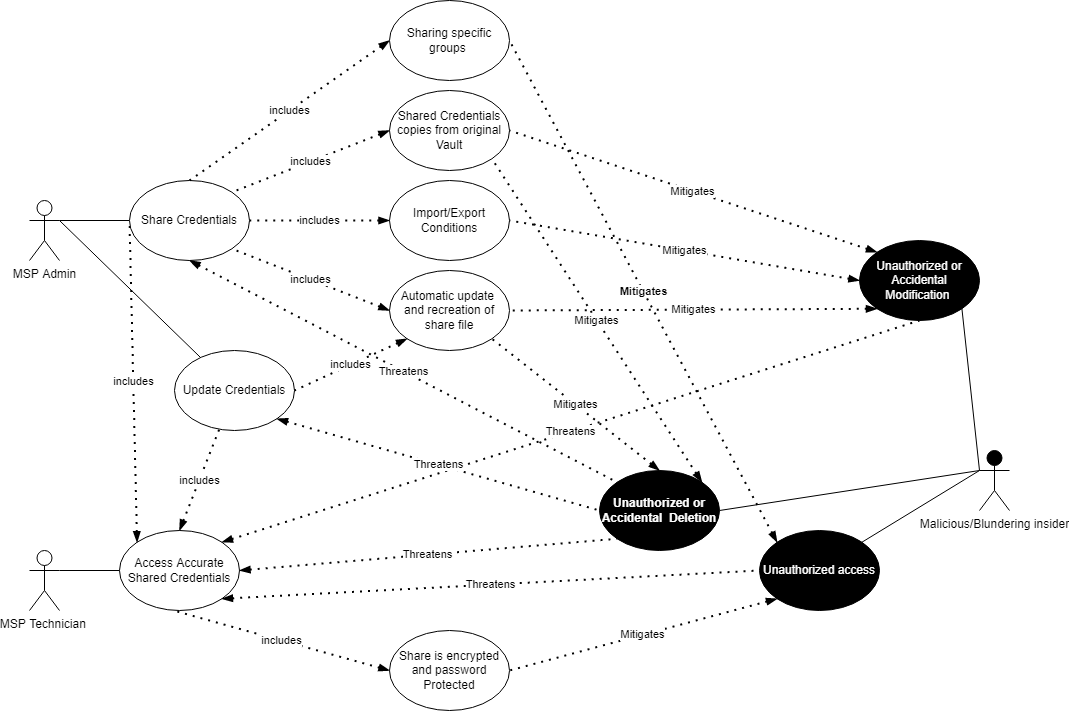
Before: UseCase/SharingCredentials/SharingCredentials-UseCase.png, a diagram exported from draw.io (JCKelley-CYBR/CYBR-8420-SoftwareAssurance). Source tidied: cells renumbered, new cells last; positions are measured from the earlier drawing's top-left corner, leaving out a move shared by most shapes.
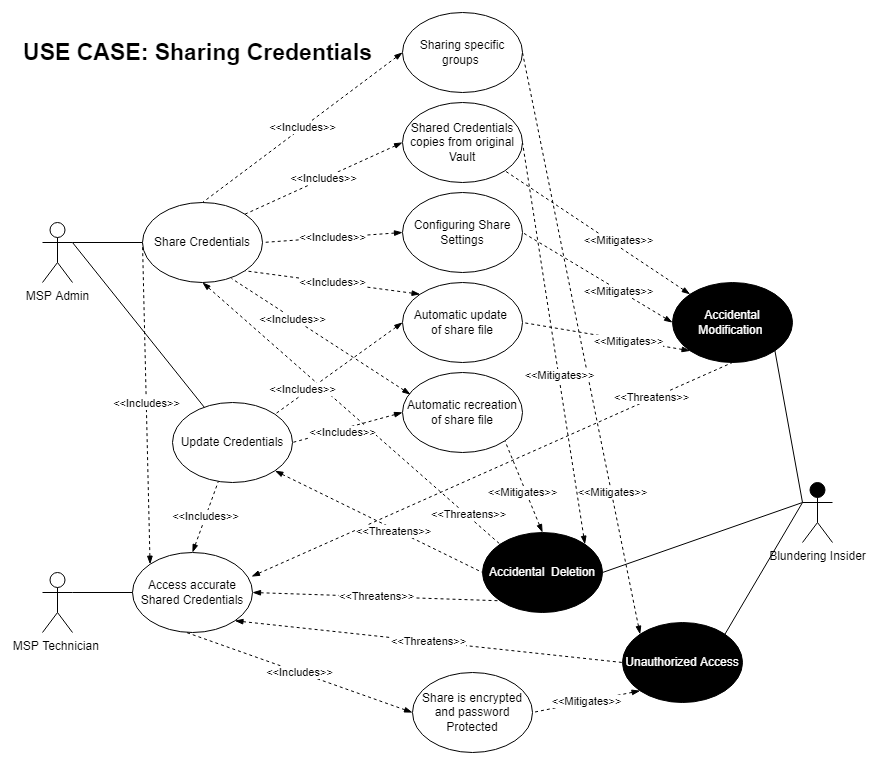
The same diagram one commit later.

Commit message:
new file:   MeetingNotes/Meeting_9_25.md 	modified:   UseCase/SharingCredentials/SharingCredentials-UseCase.png     message:    new use/misuse case diagram

Change to the diagram source:
```diff
@@ -8,19 +8,19 @@
     <mxCell id="3" value="MSP Admin" style="shape=umlActor;verticalLabelPosition=bottom;verticalAlign=top;html=1;outlineConnect=0;" parent="1" vertex="1">
       <mxGeometry y="200" width="30" height="60" as="geometry" />
     </mxCell>
-    <mxCell id="4" value="Access Accurate Shared Credentials" style="ellipse;whiteSpace=wrap;html=1;" parent="1" vertex="1">
+    <mxCell id="4" value="Access accurate Shared Credentials" style="ellipse;whiteSpace=wrap;html=1;" parent="1" vertex="1">
       <mxGeometry x="90" y="530" width="120" height="80" as="geometry" />
     </mxCell>
-    <mxCell id="5" value="includes" style="endArrow=none;dashed=1;html=1;dashPattern=1 3;strokeWidth=2;rounded=0;startArrow=blockThin;startFill=1;entryX=0;entryY=0.5;entryDx=0;entryDy=0;exitX=0;exitY=0;exitDx=0;exitDy=0;" parent="1" edge="1" source="4" target="11">
+    <mxCell id="5" value="&amp;lt;&amp;lt;Includes&amp;gt;&amp;gt;" style="endArrow=none;dashed=1;html=1;strokeWidth=1;rounded=0;startArrow=blockThin;startFill=1;entryX=0;entryY=0.5;entryDx=0;entryDy=0;exitX=0;exitY=0;exitDx=0;exitDy=0;" parent="1" edge="1" source="4" target="11">
       <mxGeometry relative="1" as="geometry" />
     </mxCell>
     <mxCell id="6" value="Update Credentials" style="ellipse;whiteSpace=wrap;html=1;fontColor=#000000;fillColor=#FFFFFF;" parent="1" vertex="1">
-      <mxGeometry x="145" y="350" width="120" height="80" as="geometry" />
+      <mxGeometry x="130" y="380" width="120" height="80" as="geometry" />
     </mxCell>
     <mxCell id="7" style="endArrow=none;html=1;rounded=0;fontColor=#000000;exitX=1;exitY=0.3333333333333333;exitDx=0;exitDy=0;exitPerimeter=0;" parent="1" edge="1" source="3" target="6">
       <mxGeometry relative="1" as="geometry" />
     </mxCell>
-    <mxCell id="8" value="includes" style="endArrow=none;dashed=1;html=1;dashPattern=1 3;strokeWidth=2;rounded=0;startArrow=blockThin;startFill=1;exitX=0.5;exitY=0;exitDx=0;exitDy=0;" parent="1" edge="1" source="4" target="6">
+    <mxCell id="8" value="&amp;lt;&amp;lt;Includes&amp;gt;&amp;gt;" style="endArrow=none;dashed=1;html=1;strokeWidth=1;rounded=0;startArrow=blockThin;startFill=1;exitX=0.5;exitY=0;exitDx=0;exitDy=0;" parent="1" edge="1" source="4" target="6">
       <mxGeometry relative="1" as="geometry" />
     </mxCell>
     <mxCell id="9" value="MSP Technician&amp;nbsp;" style="shape=umlActor;verticalLabelPosition=bottom;verticalAlign=top;html=1;outlineConnect=0;" parent="1" vertex="1">
@@ -32,40 +32,40 @@
     <mxCell id="11" value="Share Credentials" style="ellipse;whiteSpace=wrap;html=1;fillColor=#FFFFFF;" parent="1" vertex="1">
       <mxGeometry x="100" y="180" width="120" height="80" as="geometry" />
     </mxCell>
-    <mxCell id="12" value="Malicious/Blundering insider&lt;span style=&quot;color: rgba(0, 0, 0, 0); font-family: monospace; font-size: 0px; text-align: start;&quot;&gt;%3CmxGraphModel%3E%3Croot%3E%3CmxCell%20id%3D%220%22%2F%3E%3CmxCell%20id%3D%221%22%20parent%3D%220%22%2F%3E%3CmxCell%20id%3D%222%22%20style%3D%22rounded%3D0%3BorthogonalLoop%3D1%3BjettySize%3Dauto%3Bhtml%3D1%3BendArrow%3Dnone%3BendFill%3D0%3B%22%20edge%3D%221%22%20parent%3D%221%22%3E%3CmxGeometry%20relative%3D%221%22%20as%3D%22geometry%22%3E%3CmxPoint%20x%3D%22-190%22%20y%3D%22680%22%20as%3D%22targetPoint%22%2F%3E%3CmxPoint%20x%3D%22-120%22%20y%3D%22770%22%20as%3D%22sourcePoint%22%2F%3E%3C%2FmxGeometry%3E%3C%2FmxCell%3E%3C%2Froot%3E%3C%2FmxGraphModel%3E&lt;/span&gt;" style="shape=umlActor;verticalLabelPosition=bottom;verticalAlign=top;html=1;outlineConnect=0;fillColor=#000000;" parent="1" vertex="1">
-      <mxGeometry x="950" y="450" width="30" height="60" as="geometry" />
+    <mxCell id="12" value="Blundering Insider&lt;span style=&quot;color: rgba(0, 0, 0, 0); font-family: monospace; font-size: 0px; text-align: start;&quot;&gt;%3CmxGraphModel%3E%3Croot%3E%3CmxCell%20id%3D%220%22%2F%3E%3CmxCell%20id%3D%221%22%20parent%3D%220%22%2F%3E%3CmxCell%20id%3D%222%22%20style%3D%22rounded%3D0%3BorthogonalLoop%3D1%3BjettySize%3Dauto%3Bhtml%3D1%3BendArrow%3Dnone%3BendFill%3D0%3B%22%20edge%3D%221%22%20parent%3D%221%22%3E%3CmxGeometry%20relative%3D%221%22%20as%3D%22geometry%22%3E%3CmxPoint%20x%3D%22-190%22%20y%3D%22680%22%20as%3D%22targetPoint%22%2F%3E%3CmxPoint%20x%3D%22-120%22%20y%3D%22770%22%20as%3D%22sourcePoint%22%2F%3E%3C%2FmxGeometry%3E%3C%2FmxCell%3E%3C%2Froot%3E%3C%2FmxGraphModel%3E&lt;/span&gt;" style="shape=umlActor;verticalLabelPosition=bottom;verticalAlign=top;html=1;outlineConnect=0;fillColor=#000000;" parent="1" vertex="1">
+      <mxGeometry x="760" y="460" width="30" height="60" as="geometry" />
     </mxCell>
-    <mxCell id="13" value="Unauthorized or Accidental Modification&amp;nbsp;" style="ellipse;whiteSpace=wrap;html=1;fillColor=#000000;fontColor=#FFFFFF;" parent="1" vertex="1">
-      <mxGeometry x="830" y="240" width="120" height="80" as="geometry" />
+    <mxCell id="13" value="Accidental Modification&amp;nbsp;" style="ellipse;whiteSpace=wrap;html=1;fillColor=#000000;fontColor=#FFFFFF;" parent="1" vertex="1">
+      <mxGeometry x="630" y="260" width="120" height="80" as="geometry" />
     </mxCell>
-    <mxCell id="14" value="Import/Export Conditions" style="ellipse;whiteSpace=wrap;html=1;" parent="1" vertex="1">
-      <mxGeometry x="360" y="180" width="120" height="80" as="geometry" />
+    <mxCell id="14" value="Configuring Share Settings" style="ellipse;whiteSpace=wrap;html=1;" parent="1" vertex="1">
+      <mxGeometry x="360" y="170" width="120" height="80" as="geometry" />
     </mxCell>
-    <mxCell id="15" value="includes" style="endArrow=none;dashed=1;html=1;dashPattern=1 3;strokeWidth=2;rounded=0;startArrow=blockThin;startFill=1;exitX=0;exitY=0.5;exitDx=0;exitDy=0;entryX=1;entryY=0.5;entryDx=0;entryDy=0;" parent="1" edge="1" source="14" target="11">
+    <mxCell id="15" value="&amp;lt;&amp;lt;Includes&amp;gt;&amp;gt;" style="endArrow=none;dashed=1;html=1;strokeWidth=1;rounded=0;startArrow=blockThin;startFill=1;exitX=0;exitY=0.5;exitDx=0;exitDy=0;entryX=1;entryY=0.5;entryDx=0;entryDy=0;" parent="1" edge="1" source="14" target="11">
       <mxGeometry relative="1" as="geometry" />
     </mxCell>
     <mxCell id="16" value="Shared Credentials copies from original Vault" style="ellipse;whiteSpace=wrap;html=1;" parent="1" vertex="1">
-      <mxGeometry x="360" y="90" width="120" height="80" as="geometry" />
+      <mxGeometry x="360" y="80" width="120" height="80" as="geometry" />
     </mxCell>
-    <mxCell id="17" value="includes" style="endArrow=none;dashed=1;html=1;dashPattern=1 3;strokeWidth=2;rounded=0;startArrow=blockThin;startFill=1;exitX=0;exitY=0.5;exitDx=0;exitDy=0;entryX=1;entryY=0;entryDx=0;entryDy=0;" parent="1" edge="1" source="16" target="11">
+    <mxCell id="17" value="&amp;lt;&amp;lt;Includes&amp;gt;&amp;gt;" style="endArrow=none;dashed=1;html=1;strokeWidth=1;rounded=0;startArrow=blockThin;startFill=1;exitX=0;exitY=0.5;exitDx=0;exitDy=0;entryX=1;entryY=0;entryDx=0;entryDy=0;" parent="1" edge="1" source="16" target="11">
       <mxGeometry relative="1" as="geometry" />
     </mxCell>
-    <mxCell id="18" value="Unauthorized access" style="ellipse;whiteSpace=wrap;html=1;fillColor=#000000;fontColor=#FFFFFF;" parent="1" vertex="1">
-      <mxGeometry x="730" y="530" width="120" height="80" as="geometry" />
+    <mxCell id="18" value="Unauthorized Access" style="ellipse;whiteSpace=wrap;html=1;fillColor=#000000;fontColor=#FFFFFF;" parent="1" vertex="1">
+      <mxGeometry x="580" y="600" width="120" height="80" as="geometry" />
     </mxCell>
-    <mxCell id="19" value="Unauthorized or Accidental&amp;nbsp; Deletion" style="ellipse;whiteSpace=wrap;html=1;fillColor=#000000;fontColor=#FFFFFF;fontStyle=1;" parent="1" vertex="1">
-      <mxGeometry x="570" y="470" width="120" height="80" as="geometry" />
+    <mxCell id="19" value="Accidental&amp;nbsp; Deletion" style="ellipse;whiteSpace=wrap;html=1;fillColor=#000000;fontColor=#FFFFFF;fontStyle=0;" parent="1" vertex="1">
+      <mxGeometry x="440" y="510" width="120" height="80" as="geometry" />
     </mxCell>
-    <mxCell id="20" value="includes" style="endArrow=none;dashed=1;html=1;dashPattern=1 3;strokeWidth=2;rounded=0;startArrow=blockThin;startFill=1;entryX=0.5;entryY=0;entryDx=0;entryDy=0;exitX=0;exitY=0.5;exitDx=0;exitDy=0;" parent="1" edge="1" source="21" target="11">
+    <mxCell id="20" value="&amp;lt;&amp;lt;Includes&amp;gt;&amp;gt;" style="endArrow=none;dashed=1;html=1;strokeWidth=1;rounded=0;startArrow=blockThin;startFill=1;entryX=0.5;entryY=0;entryDx=0;entryDy=0;exitX=0;exitY=0.5;exitDx=0;exitDy=0;" parent="1" edge="1" source="21" target="11">
       <mxGeometry relative="1" as="geometry" />
     </mxCell>
     <mxCell id="21" value="Sharing specific groups&amp;nbsp;" style="ellipse;whiteSpace=wrap;html=1;" parent="1" vertex="1">
-      <mxGeometry x="360" width="120" height="80" as="geometry" />
+      <mxGeometry x="360" y="-10" width="120" height="80" as="geometry" />
     </mxCell>
-    <mxCell id="22" value="Automatic update &lt;br&gt;and recreation of share file" style="ellipse;whiteSpace=wrap;html=1;" parent="1" vertex="1">
-      <mxGeometry x="360" y="270" width="120" height="80" as="geometry" />
+    <mxCell id="22" value="Automatic update &lt;br&gt;of share file" style="ellipse;whiteSpace=wrap;html=1;" parent="1" vertex="1">
+      <mxGeometry x="360" y="260" width="120" height="80" as="geometry" />
     </mxCell>
-    <mxCell id="23" value="includes" style="endArrow=none;dashed=1;html=1;dashPattern=1 3;strokeWidth=2;rounded=0;startArrow=blockThin;startFill=1;exitX=0;exitY=0.5;exitDx=0;exitDy=0;entryX=1;entryY=1;entryDx=0;entryDy=0;" parent="1" edge="1" source="22" target="11">
+    <mxCell id="23" value="&amp;lt;&amp;lt;Includes&amp;gt;&amp;gt;" style="endArrow=none;dashed=1;html=1;strokeWidth=1;rounded=0;startArrow=blockThin;startFill=1;exitX=0;exitY=0;exitDx=0;exitDy=0;entryX=1;entryY=1;entryDx=0;entryDy=0;" parent="1" edge="1" source="22" target="11">
       <mxGeometry relative="1" as="geometry" />
     </mxCell>
     <mxCell id="24" style="rounded=0;jettySize=auto;html=1;endArrow=none;endFill=0;exitX=0;exitY=0.3333333333333333;exitDx=0;exitDy=0;exitPerimeter=0;entryX=1;entryY=0.5;entryDx=0;entryDy=0;" parent="1" edge="1" source="12" target="19">
@@ -77,50 +77,66 @@
     <mxCell id="26" style="rounded=0;jettySize=auto;html=1;endArrow=none;endFill=0;exitX=0;exitY=0.3333333333333333;exitDx=0;exitDy=0;exitPerimeter=0;entryX=1;entryY=1;entryDx=0;entryDy=0;" parent="1" edge="1" source="12" target="13">
       <mxGeometry relative="1" as="geometry" />
     </mxCell>
-    <mxCell id="27" value="Threatens" style="endArrow=none;dashed=1;html=1;dashPattern=1 3;strokeWidth=2;rounded=0;startArrow=blockThin;startFill=1;entryX=0;entryY=1;entryDx=0;entryDy=0;exitX=1;exitY=0.5;exitDx=0;exitDy=0;" parent="1" edge="1" source="4" target="19">
+    <mxCell id="27" value="&amp;lt;&amp;lt;Threatens&amp;gt;&amp;gt;" style="endArrow=none;dashed=1;html=1;strokeWidth=1;rounded=0;startArrow=blockThin;startFill=1;entryX=0;entryY=1;entryDx=0;entryDy=0;exitX=1;exitY=0.5;exitDx=0;exitDy=0;" parent="1" edge="1" source="4" target="19">
       <mxGeometry relative="1" as="geometry" />
     </mxCell>
-    <mxCell id="28" value="Threatens" style="endArrow=none;dashed=1;html=1;dashPattern=1 3;strokeWidth=2;rounded=0;startArrow=blockThin;startFill=1;entryX=0;entryY=0.5;entryDx=0;entryDy=0;exitX=1;exitY=1;exitDx=0;exitDy=0;" parent="1" edge="1" source="4" target="18">
+    <mxCell id="28" value="&amp;lt;&amp;lt;Threatens&amp;gt;&amp;gt;" style="endArrow=none;dashed=1;html=1;strokeWidth=1;rounded=0;startArrow=blockThin;startFill=1;entryX=0;entryY=0.5;entryDx=0;entryDy=0;exitX=1;exitY=1;exitDx=0;exitDy=0;" parent="1" edge="1" source="4" target="18">
       <mxGeometry relative="1" as="geometry" />
     </mxCell>
-    <mxCell id="29" value="Threatens" style="endArrow=none;dashed=1;html=1;dashPattern=1 3;strokeWidth=2;rounded=0;startArrow=blockThin;startFill=1;exitX=1;exitY=0;exitDx=0;exitDy=0;entryX=0.5;entryY=1;entryDx=0;entryDy=0;" parent="1" edge="1" source="4" target="13">
-      <mxGeometry relative="1" as="geometry" />
+    <mxCell id="29" value="&amp;lt;&amp;lt;Threatens&amp;gt;&amp;gt;" style="endArrow=none;dashed=1;html=1;strokeWidth=1;rounded=0;startArrow=blockThin;startFill=1;exitX=0.992;exitY=0.3;exitDx=0;exitDy=0;entryX=0.5;entryY=1;entryDx=0;entryDy=0;exitPerimeter=0;" parent="1" edge="1" source="4" target="13">
+      <mxGeometry x="0.66" y="1" relative="1" as="geometry" />
     </mxCell>
-    <mxCell id="30" value="Threatens" style="endArrow=none;dashed=1;html=1;dashPattern=1 3;strokeWidth=2;rounded=0;startArrow=blockThin;startFill=1;entryX=0;entryY=0;entryDx=0;entryDy=0;exitX=0.5;exitY=1;exitDx=0;exitDy=0;" parent="1" edge="1" source="11" target="19">
-      <mxGeometry relative="1" as="geometry" />
+    <mxCell id="30" value="&amp;lt;&amp;lt;Threatens&amp;gt;&amp;gt;" style="endArrow=none;dashed=1;html=1;strokeWidth=1;rounded=0;startArrow=blockThin;startFill=1;entryX=0;entryY=0;entryDx=0;entryDy=0;exitX=0.5;exitY=1;exitDx=0;exitDy=0;" parent="1" edge="1" source="11" target="19">
+      <mxGeometry x="0.78" y="1" relative="1" as="geometry" />
     </mxCell>
-    <mxCell id="31" value="Mitigates" style="endArrow=none;dashed=1;html=1;dashPattern=1 3;strokeWidth=2;rounded=0;startArrow=blockThin;startFill=1;entryX=1;entryY=1;entryDx=0;entryDy=0;exitX=0.5;exitY=0;exitDx=0;exitDy=0;" parent="1" edge="1" source="19" target="22">
-      <mxGeometry relative="1" as="geometry" />
+    <mxCell id="31" value="&amp;lt;&amp;lt;Mitigates&amp;gt;&amp;gt;" style="endArrow=none;dashed=1;html=1;strokeWidth=1;rounded=0;startArrow=blockThin;startFill=1;entryX=1;entryY=1;entryDx=0;entryDy=0;exitX=0.5;exitY=0;exitDx=0;exitDy=0;" parent="1" edge="1" source="19" target="42">
+      <mxGeometry x="-0.1" y="3" relative="1" as="geometry">
+        <mxPoint y="1" as="offset" />
+      </mxGeometry>
     </mxCell>
-    <mxCell id="32" value="Mitigates" style="endArrow=none;dashed=1;html=1;dashPattern=1 3;strokeWidth=2;rounded=0;startArrow=blockThin;startFill=1;entryX=1;entryY=0.5;entryDx=0;entryDy=0;exitX=0;exitY=0;exitDx=0;exitDy=0;" parent="1" edge="1" source="13" target="16">
-      <mxGeometry relative="1" as="geometry" />
+    <mxCell id="32" value="&amp;lt;&amp;lt;Mitigates&amp;gt;&amp;gt;" style="endArrow=none;dashed=1;html=1;strokeWidth=1;rounded=0;startArrow=blockThin;startFill=1;entryX=1;entryY=1;entryDx=0;entryDy=0;exitX=0;exitY=0;exitDx=0;exitDy=0;" parent="1" edge="1" source="13" target="16">
+      <mxGeometry x="-0.2" y="-5" relative="1" as="geometry" />
     </mxCell>
-    <mxCell id="33" value="Mitigates" style="endArrow=none;dashed=1;html=1;dashPattern=1 3;strokeWidth=2;rounded=0;startArrow=blockThin;startFill=1;fontStyle=1;entryX=1;entryY=0.5;entryDx=0;entryDy=0;exitX=0;exitY=0;exitDx=0;exitDy=0;" parent="1" edge="1" source="18" target="21">
-      <mxGeometry relative="1" as="geometry" />
+    <mxCell id="33" value="&amp;lt;&amp;lt;Mitigates&amp;gt;&amp;gt;" style="endArrow=none;dashed=1;html=1;strokeWidth=1;rounded=0;startArrow=blockThin;startFill=1;fontStyle=0;entryX=1;entryY=0.5;entryDx=0;entryDy=0;exitX=0;exitY=0;exitDx=0;exitDy=0;" parent="1" edge="1" source="18" target="21">
+      <mxGeometry x="-0.51" y="-1" relative="1" as="geometry" />
     </mxCell>
-    <mxCell id="34" value="Mitigates" style="endArrow=none;dashed=1;html=1;dashPattern=1 3;strokeWidth=2;rounded=0;startArrow=blockThin;startFill=1;entryX=1;entryY=0.5;entryDx=0;entryDy=0;exitX=0;exitY=1;exitDx=0;exitDy=0;" parent="1" edge="1" source="13" target="22">
-      <mxGeometry relative="1" as="geometry" />
+    <mxCell id="34" value="&amp;lt;&amp;lt;Mitigates&amp;gt;&amp;gt;" style="endArrow=none;dashed=1;html=1;strokeWidth=1;rounded=0;startArrow=blockThin;startFill=1;entryX=1;entryY=0.5;entryDx=0;entryDy=0;exitX=0;exitY=1;exitDx=0;exitDy=0;" parent="1" edge="1" source="13" target="22">
+      <mxGeometry x="-0.27" y="1" relative="1" as="geometry" />
     </mxCell>
-    <mxCell id="35" value="Mitigates" style="endArrow=none;dashed=1;html=1;dashPattern=1 3;strokeWidth=2;rounded=0;startArrow=blockThin;startFill=1;entryX=1;entryY=0.5;entryDx=0;entryDy=0;exitX=0;exitY=0.5;exitDx=0;exitDy=0;" parent="1" edge="1" source="13" target="14">
-      <mxGeometry relative="1" as="geometry" />
+    <mxCell id="35" value="&amp;lt;&amp;lt;Mitigates&amp;gt;&amp;gt;" style="endArrow=none;dashed=1;html=1;strokeWidth=1;rounded=0;startArrow=blockThin;startFill=1;entryX=1;entryY=0.5;entryDx=0;entryDy=0;exitX=0;exitY=0.5;exitDx=0;exitDy=0;" parent="1" edge="1" source="13" target="14">
+      <mxGeometry x="-0.29" y="1" relative="1" as="geometry" />
     </mxCell>
     <mxCell id="36" value="Share is encrypted and password Protected" style="ellipse;whiteSpace=wrap;html=1;" parent="1" vertex="1">
-      <mxGeometry x="360" y="630" width="120" height="80" as="geometry" />
+      <mxGeometry x="370" y="650" width="120" height="80" as="geometry" />
     </mxCell>
-    <mxCell id="37" value="includes" style="endArrow=none;dashed=1;html=1;dashPattern=1 3;strokeWidth=2;rounded=0;startArrow=blockThin;startFill=1;exitX=0;exitY=0.5;exitDx=0;exitDy=0;entryX=0.45;entryY=1;entryDx=0;entryDy=0;entryPerimeter=0;" parent="1" edge="1" source="36" target="4">
+    <mxCell id="37" value="&amp;lt;&amp;lt;Includes&amp;gt;&amp;gt;" style="endArrow=none;dashed=1;html=1;strokeWidth=1;rounded=0;startArrow=blockThin;startFill=1;exitX=0;exitY=0.5;exitDx=0;exitDy=0;entryX=0.45;entryY=1;entryDx=0;entryDy=0;entryPerimeter=0;" parent="1" edge="1" source="36" target="4">
       <mxGeometry relative="1" as="geometry" />
     </mxCell>
-    <mxCell id="38" value="Mitigates" style="endArrow=none;dashed=1;html=1;dashPattern=1 3;strokeWidth=2;rounded=0;startArrow=blockThin;startFill=1;entryX=1;entryY=0.5;entryDx=0;entryDy=0;exitX=0;exitY=1;exitDx=0;exitDy=0;" parent="1" edge="1" source="18" target="36">
+    <mxCell id="38" value="&amp;lt;&amp;lt;Mitigates&amp;gt;&amp;gt;" style="endArrow=none;dashed=1;html=1;strokeWidth=1;rounded=0;startArrow=blockThin;startFill=1;entryX=1;entryY=0.5;entryDx=0;entryDy=0;exitX=0;exitY=1;exitDx=0;exitDy=0;" parent="1" edge="1" source="18" target="36">
       <mxGeometry relative="1" as="geometry" />
     </mxCell>
-    <mxCell id="39" value="includes" style="endArrow=none;dashed=1;html=1;dashPattern=1 3;strokeWidth=2;rounded=0;startArrow=blockThin;startFill=1;entryX=1;entryY=0.5;entryDx=0;entryDy=0;exitX=0;exitY=1;exitDx=0;exitDy=0;" parent="1" edge="1" source="22" target="6">
-      <mxGeometry relative="1" as="geometry" />
+    <mxCell id="39" value="&amp;lt;&amp;lt;Includes&amp;gt;&amp;gt;" style="endArrow=none;dashed=1;html=1;strokeWidth=1;rounded=0;startArrow=blockThin;startFill=1;entryX=1;entryY=0.5;entryDx=0;entryDy=0;exitX=0;exitY=0.5;exitDx=0;exitDy=0;" parent="1" edge="1" source="42" target="6">
+      <mxGeometry x="0.11" y="4" relative="1" as="geometry" />
     </mxCell>
-    <mxCell id="40" value="Threatens" style="endArrow=none;dashed=1;html=1;dashPattern=1 3;strokeWidth=2;rounded=0;startArrow=blockThin;startFill=1;entryX=0;entryY=0.5;entryDx=0;entryDy=0;exitX=1;exitY=1;exitDx=0;exitDy=0;" parent="1" edge="1" source="6" target="19">
-      <mxGeometry relative="1" as="geometry" />
+    <mxCell id="40" value="&amp;lt;&amp;lt;Threatens&amp;gt;&amp;gt;" style="endArrow=none;dashed=1;html=1;strokeWidth=1;rounded=0;startArrow=blockThin;startFill=1;entryX=0;entryY=0.5;entryDx=0;entryDy=0;exitX=1;exitY=1;exitDx=0;exitDy=0;" parent="1" edge="1" source="6" target="19">
+      <mxGeometry x="0.15" y="-2" relative="1" as="geometry" />
     </mxCell>
-    <mxCell id="41" value="Mitigates" style="endArrow=none;dashed=1;html=1;dashPattern=1 3;strokeWidth=2;rounded=0;startArrow=blockThin;startFill=1;entryX=1;entryY=1;entryDx=0;entryDy=0;exitX=1;exitY=0;exitDx=0;exitDy=0;" parent="1" edge="1" source="19" target="16">
-      <mxGeometry relative="1" as="geometry" />
+    <mxCell id="41" value="&amp;lt;&amp;lt;Mitigates&amp;gt;&amp;gt;" style="endArrow=none;dashed=1;html=1;strokeWidth=1;rounded=0;startArrow=blockThin;startFill=1;entryX=1;entryY=0.5;entryDx=0;entryDy=0;exitX=1;exitY=0;exitDx=0;exitDy=0;" parent="1" edge="1" source="19" target="16">
+      <mxGeometry x="-0.16" y="-1" relative="1" as="geometry" />
     </mxCell>
+    <mxCell id="42" value="Automatic recreation of share file" style="ellipse;whiteSpace=wrap;html=1;" parent="1" vertex="1">
+      <mxGeometry x="360" y="350" width="120" height="80" as="geometry" />
+    </mxCell>
+    <mxCell id="43" value="&amp;lt;&amp;lt;Includes&amp;gt;&amp;gt;" style="endArrow=none;dashed=1;html=1;strokeWidth=1;rounded=0;startArrow=blockThin;startFill=1;exitX=0;exitY=0.5;exitDx=0;exitDy=0;entryX=1;entryY=0;entryDx=0;entryDy=0;" parent="1" edge="1" source="22" target="6">
+      <mxGeometry x="0.54" y="-3" relative="1" as="geometry">
+        <mxPoint y="-1" as="offset" />
+      </mxGeometry>
+    </mxCell>
+    <mxCell id="44" value="&amp;lt;&amp;lt;Includes&amp;gt;&amp;gt;" style="endArrow=none;dashed=1;html=1;strokeWidth=1;rounded=0;startArrow=blockThin;startFill=1;exitX=0.067;exitY=0.275;exitDx=0;exitDy=0;entryX=0.742;entryY=0.95;entryDx=0;entryDy=0;entryPerimeter=0;exitPerimeter=0;" parent="1" edge="1" source="42" target="11">
+      <mxGeometry x="0.31" y="1" relative="1" as="geometry" />
+    </mxCell>
+    <mxCell id="45" value="&lt;b&gt;&lt;font style=&quot;font-size: 23px;&quot;&gt;USE CASE: Sharing Credentials&lt;/font&gt;&lt;/b&gt;" style="text;html=1;align=center;verticalAlign=middle;strokeColor=none;fillColor=none;" parent="1" vertex="1">
+      <mxGeometry x="-30" y="10" width="370" height="40" as="geometry" />
+    </mxCell>
   </root>
 </mxGraphModel>
```
